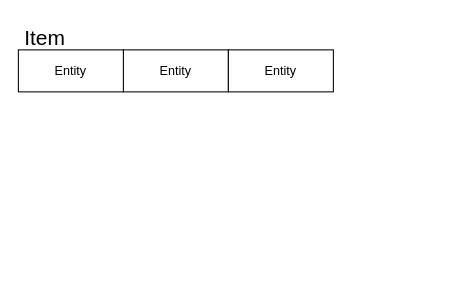
Earlier version of the draw.io diagram src/TrafficSeeIllustrativeDiagram.drawio (mariababko/TrafficSee). Source tidied: cells renumbered, new cells numbered last; positions are measured from the earlier drawing's top-left corner, leaving out a move shared by most shapes. Both pictures are drawn from the tidied source at 105%, with x=0, y=0 at pixel (18, 18).
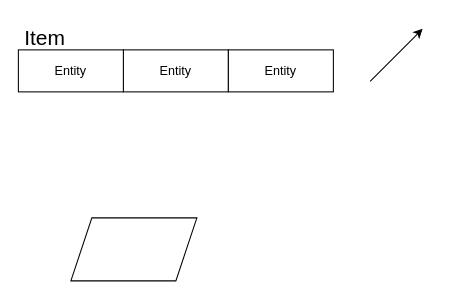
After the change.

The edit, as a diff of the source:
```diff
@@
 <mxGraphModel>
   <root>
     <mxCell id="0" />
     <mxCell id="1" parent="0" />
     <mxCell id="2" value="Entity" style="whiteSpace=wrap;html=1;align=center;" parent="1" vertex="1">
       <mxGeometry x="100" y="30" width="100" height="40" as="geometry" />
     </mxCell>
     <mxCell id="3" value="Entity" style="whiteSpace=wrap;html=1;align=center;" parent="1" vertex="1">
       <mxGeometry y="30" width="100" height="40" as="geometry" />
     </mxCell>
     <mxCell id="4" value="Entity" style="whiteSpace=wrap;html=1;align=center;" parent="1" vertex="1">
       <mxGeometry x="200" y="30" width="100" height="40" as="geometry" />
     </mxCell>
     <mxCell id="5" value="Item" style="text;strokeColor=none;fillColor=none;spacingLeft=4;spacingRight=4;overflow=hidden;fontSize=20;whiteSpace=wrap;html=1;" parent="1" vertex="1">
       <mxGeometry width="50" height="30" as="geometry" />
     </mxCell>
+    <mxCell id="6" style="endArrow=classic;html=1;rounded=0;" parent="1" edge="1">
+      <mxGeometry relative="1" as="geometry">
+        <mxPoint x="335" y="60" as="sourcePoint" />
+        <mxPoint x="385" y="10" as="targetPoint" />
+      </mxGeometry>
+    </mxCell>
+    <mxCell id="7" style="shape=parallelogram;perimeter=parallelogramPerimeter;whiteSpace=wrap;html=1;fixedSize=1;" parent="1" vertex="1">
+      <mxGeometry x="50" y="190" width="120" height="60" as="geometry" />
+    </mxCell>
   </root>
 </mxGraphModel>
```
